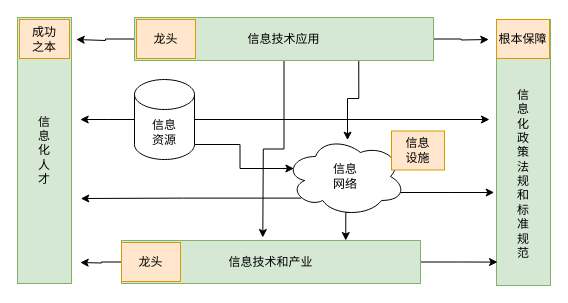
pbm0802/GitIDEATest keeps this draw.io diagram as 国家信息化体系.drawio. Above is the earlier version. Source tidied: cells renumbered, new cells numbered last; positions are measured from the earlier drawing's top-left corner, leaving out a move shared by most shapes. Both pictures are drawn from the tidied source at 100%, with x=0, y=0 at pixel (17, 17).
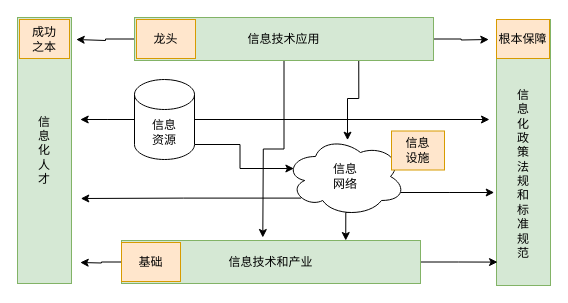
After the change.

Commit message (it also covers changes not shown here):
更新国家信息化体系.drawio

What changed in the source:
```diff
@@
-    <mxCell id="14" value="龙头" style="rounded=0;whiteSpace=wrap;html=1;fillColor=#ffe6cc;strokeColor=#d79b00;" parent="1" vertex="1">
+    <mxCell id="14" value="基础" style="rounded=0;whiteSpace=wrap;html=1;fillColor=#ffe6cc;strokeColor=#d79b00;" parent="1" vertex="1">
       <mxGeometry x="104" y="225" width="59" height="39" as="geometry" />
     </mxCell>
```
